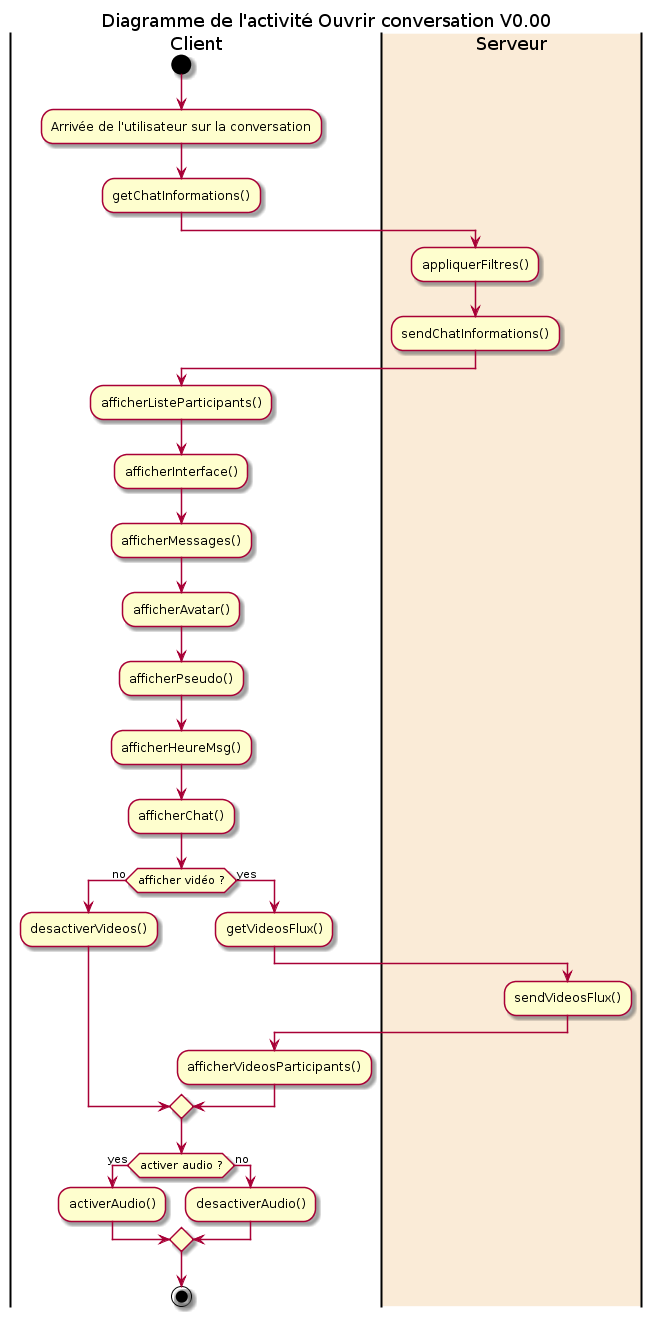
gdarchen/WhatsASI keeps this PlantUML diagram as DC/diagrammes/activity-openConv-diag.png. Above is the earlier version.
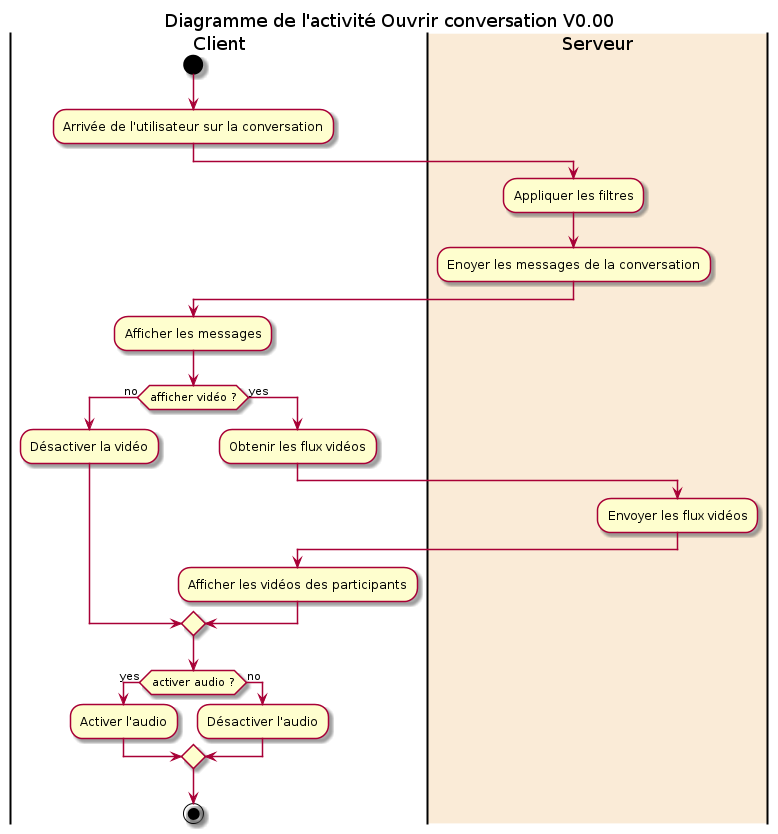
Later version of the same file.

Diff of the diagram source:
```diff
@@ -4,31 +4,24 @@
 |Client|
 start
 :Arrivée de l'utilisateur sur la conversation;
-:getChatInformations();
 |#AntiqueWhite|Serveur|
-:appliquerFiltres();
-:sendChatInformations();
+:Appliquer les filtres;
+:Enoyer les messages de la conversation;
 |Client|
-:afficherListeParticipants();
-:afficherInterface();
-:afficherMessages();
-:afficherAvatar();
-:afficherPseudo();
-:afficherHeureMsg();
-:afficherChat();
+:Afficher les messages;
 if (afficher vidéo ?) then (no)
-  :desactiverVideos();
+  :Désactiver la vidéo;
 else (yes)
-  :getVideosFlux();
+  :Obtenir les flux vidéos;
   |Serveur|
-  :sendVideosFlux();
+  :Envoyer les flux vidéos;
   |Client|
-  :afficherVideosParticipants();
+  :Afficher les vidéos des participants;
 endif
 if (activer audio ?) then (yes)
-  :activerAudio();
+  :Activer l'audio;
 else (no)
-  :desactiverAudio();
+  :Désactiver l'audio;
 endif
 stop
 @enduml
```
